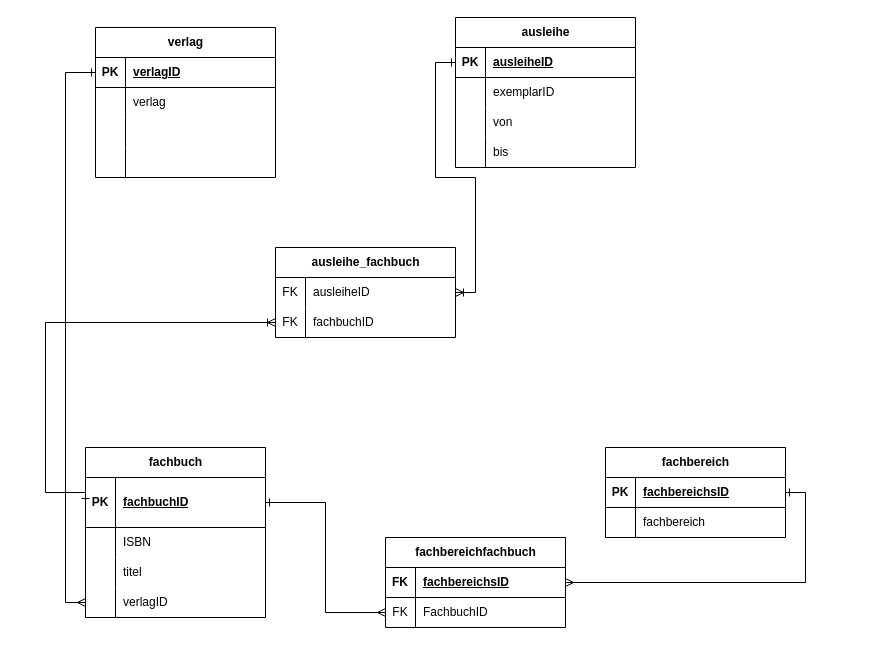
The draw.io diagram LE_07_01.drawio in MelanieZiegerEckhard/datenbank, before the edit. Source tidied: cells renumbered, new cells numbered last; positions are measured from the earlier drawing's top-left corner, leaving out a move shared by most shapes. Both pictures are drawn from the tidied source at 100%, with x=0, y=0 at pixel (45, 17).
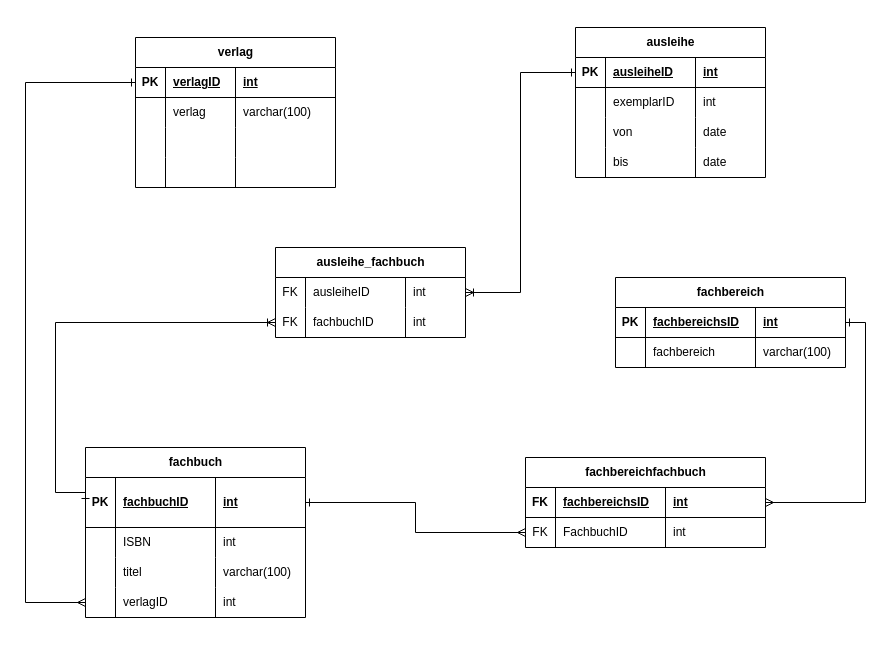
The same diagram, later.

Diff of the diagram source:
```diff
@@
     <mxCell id="2" value="fachbuch" style="shape=table;startSize=30;childLayout=tableLayout;rowLines=0;fontStyle=1;align=center;html=1;" parent="1" vertex="1">
-      <mxGeometry x="40" y="430" width="180" height="170" as="geometry" />
+      <mxGeometry x="40" y="430" width="220" height="170" as="geometry" />
     </mxCell>
     <mxCell id="3" style="shape=tableRow;horizontal=0;startSize=0;swimlaneHead=0;swimlaneBody=0;fillColor=none;points=[[0,0.5],[1,0.5]];portConstraint=eastwest;top=0;left=0;right=0;bottom=1;" parent="2" vertex="1">
-      <mxGeometry y="30" width="180" height="50" as="geometry" />
+      <mxGeometry y="30" width="220" height="50" as="geometry" />
     </mxCell>
@@
     <mxCell id="5" value="fachbuchID" style="shape=partialRectangle;fillColor=none;top=0;left=0;bottom=0;right=0;align=left;spacingLeft=6;fontStyle=5;overflow=hidden;whiteSpace=wrap;html=1;" parent="3" vertex="1">
-      <mxGeometry x="30" width="150" height="50" as="geometry" />
+      <mxGeometry x="30" width="100" height="50" as="geometry" />
     </mxCell>
+    <mxCell id="67" value="int" style="shape=partialRectangle;fillColor=none;top=0;left=0;bottom=0;right=0;align=left;spacingLeft=6;fontStyle=5;overflow=hidden;whiteSpace=wrap;html=1;" parent="3" vertex="1">
+      <mxGeometry x="130" width="90" height="50" as="geometry" />
+    </mxCell>
     <mxCell id="6" style="shape=tableRow;horizontal=0;startSize=0;swimlaneHead=0;swimlaneBody=0;fillColor=none;top=0;left=0;right=0;bottom=0;" parent="2" vertex="1">
-      <mxGeometry y="80" width="180" height="30" as="geometry" />
+      <mxGeometry y="80" width="220" height="30" as="geometry" />
     </mxCell>
@@
     <mxCell id="8" value="ISBN" style="shape=partialRectangle;fillColor=none;top=0;left=0;bottom=0;right=0;align=left;spacingLeft=6;overflow=hidden;whiteSpace=wrap;html=1;" parent="6" vertex="1">
-      <mxGeometry x="30" width="150" height="30" as="geometry" />
+      <mxGeometry x="30" width="100" height="30" as="geometry" />
     </mxCell>
+    <mxCell id="68" value="int" style="shape=partialRectangle;fillColor=none;top=0;left=0;bottom=0;right=0;align=left;spacingLeft=6;overflow=hidden;whiteSpace=wrap;html=1;" parent="6" vertex="1">
+      <mxGeometry x="130" width="90" height="30" as="geometry" />
+    </mxCell>
     <mxCell id="9" style="shape=tableRow;horizontal=0;startSize=0;swimlaneHead=0;swimlaneBody=0;fillColor=none;top=0;left=0;right=0;bottom=0;" parent="2" vertex="1">
-      <mxGeometry y="110" width="180" height="30" as="geometry" />
+      <mxGeometry y="110" width="220" height="30" as="geometry" />
     </mxCell>
@@
     <mxCell id="11" value="titel" style="shape=partialRectangle;fillColor=none;top=0;left=0;bottom=0;right=0;align=left;spacingLeft=6;overflow=hidden;whiteSpace=wrap;html=1;" parent="9" vertex="1">
-      <mxGeometry x="30" width="150" height="30" as="geometry" />
+      <mxGeometry x="30" width="100" height="30" as="geometry" />
     </mxCell>
+    <mxCell id="69" value="varchar(100)" style="shape=partialRectangle;fillColor=none;top=0;left=0;bottom=0;right=0;align=left;spacingLeft=6;overflow=hidden;whiteSpace=wrap;html=1;" parent="9" vertex="1">
+      <mxGeometry x="130" width="90" height="30" as="geometry" />
+    </mxCell>
     <mxCell id="12" style="shape=tableRow;horizontal=0;startSize=0;swimlaneHead=0;swimlaneBody=0;fillColor=none;points=[[0,0.5],[1,0.5]];portConstraint=eastwest;top=0;left=0;right=0;bottom=0;" parent="2" vertex="1">
-      <mxGeometry y="140" width="180" height="30" as="geometry" />
+      <mxGeometry y="140" width="220" height="30" as="geometry" />
     </mxCell>
@@
     <mxCell id="14" value="verlagID" style="shape=partialRectangle;fillColor=none;top=0;left=0;bottom=0;right=0;align=left;spacingLeft=6;overflow=hidden;whiteSpace=wrap;html=1;" parent="12" vertex="1">
-      <mxGeometry x="30" width="150" height="30" as="geometry" />
+      <mxGeometry x="30" width="100" height="30" as="geometry" />
     </mxCell>
+    <mxCell id="70" value="int" style="shape=partialRectangle;fillColor=none;top=0;left=0;bottom=0;right=0;align=left;spacingLeft=6;overflow=hidden;whiteSpace=wrap;html=1;" parent="12" vertex="1">
+      <mxGeometry x="130" width="90" height="30" as="geometry" />
+    </mxCell>
     <mxCell id="15" value="verlag" style="shape=table;startSize=30;childLayout=tableLayout;rowLines=0;fontStyle=1;align=center;html=1;" parent="1" vertex="1">
-      <mxGeometry x="50" y="10" width="180" height="150" as="geometry" />
+      <mxGeometry x="90" y="20" width="200" height="150" as="geometry" />
     </mxCell>
     <mxCell id="16" style="shape=tableRow;horizontal=0;startSize=0;swimlaneHead=0;swimlaneBody=0;fillColor=none;points=[[0,0.5],[1,0.5]];portConstraint=eastwest;top=0;left=0;right=0;bottom=1;" parent="15" vertex="1">
-      <mxGeometry y="30" width="180" height="30" as="geometry" />
+      <mxGeometry y="30" width="200" height="30" as="geometry" />
     </mxCell>
@@
     <mxCell id="18" value="verlagID" style="shape=partialRectangle;fillColor=none;top=0;left=0;bottom=0;right=0;align=left;spacingLeft=6;fontStyle=5;overflow=hidden;whiteSpace=wrap;html=1;" parent="16" vertex="1">
-      <mxGeometry x="30" width="150" height="30" as="geometry" />
+      <mxGeometry x="30" width="70" height="30" as="geometry" />
     </mxCell>
+    <mxCell id="71" value="int" style="shape=partialRectangle;fillColor=none;top=0;left=0;bottom=0;right=0;align=left;spacingLeft=6;fontStyle=5;overflow=hidden;whiteSpace=wrap;html=1;" parent="16" vertex="1">
+      <mxGeometry x="100" width="100" height="30" as="geometry" />
+    </mxCell>
     <mxCell id="19" style="shape=tableRow;horizontal=0;startSize=0;swimlaneHead=0;swimlaneBody=0;fillColor=none;top=0;left=0;right=0;bottom=0;" parent="15" vertex="1">
-      <mxGeometry y="60" width="180" height="30" as="geometry" />
+      <mxGeometry y="60" width="200" height="30" as="geometry" />
     </mxCell>
@@
     <mxCell id="21" value="verlag" style="shape=partialRectangle;fillColor=none;top=0;left=0;bottom=0;right=0;align=left;spacingLeft=6;overflow=hidden;whiteSpace=wrap;html=1;" parent="19" vertex="1">
-      <mxGeometry x="30" width="150" height="30" as="geometry" />
+      <mxGeometry x="30" width="70" height="30" as="geometry" />
     </mxCell>
+    <mxCell id="72" value="varchar(100)" style="shape=partialRectangle;fillColor=none;top=0;left=0;bottom=0;right=0;align=left;spacingLeft=6;overflow=hidden;whiteSpace=wrap;html=1;" parent="19" vertex="1">
+      <mxGeometry x="100" width="100" height="30" as="geometry" />
+    </mxCell>
     <mxCell id="22" style="shape=tableRow;horizontal=0;startSize=0;swimlaneHead=0;swimlaneBody=0;fillColor=none;top=0;left=0;right=0;bottom=0;" parent="15" vertex="1">
-      <mxGeometry y="90" width="180" height="30" as="geometry" />
+      <mxGeometry y="90" width="200" height="30" as="geometry" />
     </mxCell>
@@
     <mxCell id="24" style="shape=partialRectangle;fillColor=none;top=0;left=0;bottom=0;right=0;align=left;spacingLeft=6;overflow=hidden;whiteSpace=wrap;html=1;" parent="22" vertex="1">
-      <mxGeometry x="30" width="150" height="30" as="geometry" />
+      <mxGeometry x="30" width="70" height="30" as="geometry" />
     </mxCell>
+    <mxCell id="73" style="shape=partialRectangle;fillColor=none;top=0;left=0;bottom=0;right=0;align=left;spacingLeft=6;overflow=hidden;whiteSpace=wrap;html=1;" parent="22" vertex="1">
+      <mxGeometry x="100" width="100" height="30" as="geometry" />
+    </mxCell>
     <mxCell id="25" style="shape=tableRow;horizontal=0;startSize=0;swimlaneHead=0;swimlaneBody=0;fillColor=none;top=0;left=0;right=0;bottom=0;" parent="15" vertex="1">
-      <mxGeometry y="120" width="180" height="30" as="geometry" />
+      <mxGeometry y="120" width="200" height="30" as="geometry" />
     </mxCell>
@@
     <mxCell id="27" style="shape=partialRectangle;fillColor=none;top=0;left=0;bottom=0;right=0;align=left;spacingLeft=6;overflow=hidden;whiteSpace=wrap;html=1;" parent="25" vertex="1">
-      <mxGeometry x="30" width="150" height="30" as="geometry" />
+      <mxGeometry x="30" width="70" height="30" as="geometry" />
     </mxCell>
+    <mxCell id="74" style="shape=partialRectangle;fillColor=none;top=0;left=0;bottom=0;right=0;align=left;spacingLeft=6;overflow=hidden;whiteSpace=wrap;html=1;" parent="25" vertex="1">
+      <mxGeometry x="100" width="100" height="30" as="geometry" />
+    </mxCell>
     <mxCell id="28" value="fachbereichfachbuch" style="shape=table;startSize=30;childLayout=tableLayout;rowLines=0;fontStyle=1;align=center;html=1;" parent="1" vertex="1">
-      <mxGeometry x="340" y="520" width="180" height="90" as="geometry" />
+      <mxGeometry x="480" y="440" width="240" height="90" as="geometry" />
     </mxCell>
     <mxCell id="29" style="shape=tableRow;horizontal=0;startSize=0;swimlaneHead=0;swimlaneBody=0;fillColor=none;points=[[0,0.5],[1,0.5]];portConstraint=eastwest;top=0;left=0;right=0;bottom=1;" parent="28" vertex="1">
-      <mxGeometry y="30" width="180" height="30" as="geometry" />
+      <mxGeometry y="30" width="240" height="30" as="geometry" />
     </mxCell>
@@
     <mxCell id="31" value="fachbereichsID" style="shape=partialRectangle;fillColor=none;top=0;left=0;bottom=0;right=0;align=left;spacingLeft=6;fontStyle=5;overflow=hidden;whiteSpace=wrap;html=1;" parent="29" vertex="1">
-      <mxGeometry x="30" width="150" height="30" as="geometry" />
+      <mxGeometry x="30" width="110" height="30" as="geometry" />
     </mxCell>
+    <mxCell id="75" value="int" style="shape=partialRectangle;fillColor=none;top=0;left=0;bottom=0;right=0;align=left;spacingLeft=6;fontStyle=5;overflow=hidden;whiteSpace=wrap;html=1;" parent="29" vertex="1">
+      <mxGeometry x="140" width="100" height="30" as="geometry" />
+    </mxCell>
     <mxCell id="32" style="shape=tableRow;horizontal=0;startSize=0;swimlaneHead=0;swimlaneBody=0;fillColor=none;points=[[0,0.5],[1,0.5]];portConstraint=eastwest;top=0;left=0;right=0;bottom=0;" parent="28" vertex="1">
-      <mxGeometry y="60" width="180" height="30" as="geometry" />
+      <mxGeometry y="60" width="240" height="30" as="geometry" />
     </mxCell>
@@
     <mxCell id="34" value="FachbuchID" style="shape=partialRectangle;fillColor=none;top=0;left=0;bottom=0;right=0;align=left;spacingLeft=6;overflow=hidden;whiteSpace=wrap;html=1;" parent="32" vertex="1">
-      <mxGeometry x="30" width="150" height="30" as="geometry" />
+      <mxGeometry x="30" width="110" height="30" as="geometry" />
     </mxCell>
+    <mxCell id="76" value="int" style="shape=partialRectangle;fillColor=none;top=0;left=0;bottom=0;right=0;align=left;spacingLeft=6;overflow=hidden;whiteSpace=wrap;html=1;" parent="32" vertex="1">
+      <mxGeometry x="140" width="100" height="30" as="geometry" />
+    </mxCell>
     <mxCell id="35" value="fachbereich" style="shape=table;startSize=30;childLayout=tableLayout;rowLines=0;fontStyle=1;align=center;html=1;" parent="1" vertex="1">
-      <mxGeometry x="560" y="430" width="180" height="90" as="geometry" />
+      <mxGeometry x="570" y="260" width="230" height="90" as="geometry" />
     </mxCell>
     <mxCell id="36" style="shape=tableRow;horizontal=0;startSize=0;swimlaneHead=0;swimlaneBody=0;fillColor=none;points=[[0,0.5],[1,0.5]];portConstraint=eastwest;top=0;left=0;right=0;bottom=1;" parent="35" vertex="1">
-      <mxGeometry y="30" width="180" height="30" as="geometry" />
+      <mxGeometry y="30" width="230" height="30" as="geometry" />
     </mxCell>
@@
     <mxCell id="38" value="fachbereichsID" style="shape=partialRectangle;fillColor=none;top=0;left=0;bottom=0;right=0;align=left;spacingLeft=6;fontStyle=5;overflow=hidden;whiteSpace=wrap;html=1;" parent="36" vertex="1">
-      <mxGeometry x="30" width="150" height="30" as="geometry" />
+      <mxGeometry x="30" width="110" height="30" as="geometry" />
     </mxCell>
+    <mxCell id="77" value="int" style="shape=partialRectangle;fillColor=none;top=0;left=0;bottom=0;right=0;align=left;spacingLeft=6;fontStyle=5;overflow=hidden;whiteSpace=wrap;html=1;" parent="36" vertex="1">
+      <mxGeometry x="140" width="90" height="30" as="geometry" />
+    </mxCell>
     <mxCell id="39" style="shape=tableRow;horizontal=0;startSize=0;swimlaneHead=0;swimlaneBody=0;fillColor=none;top=0;left=0;right=0;bottom=0;" parent="35" vertex="1">
-      <mxGeometry y="60" width="180" height="30" as="geometry" />
+      <mxGeometry y="60" width="230" height="30" as="geometry" />
     </mxCell>
@@
     <mxCell id="41" value="fachbereich" style="shape=partialRectangle;fillColor=none;top=0;left=0;bottom=0;right=0;align=left;spacingLeft=6;overflow=hidden;whiteSpace=wrap;html=1;" parent="39" vertex="1">
-      <mxGeometry x="30" width="150" height="30" as="geometry" />
+      <mxGeometry x="30" width="110" height="30" as="geometry" />
     </mxCell>
+    <mxCell id="78" value="varchar(100)" style="shape=partialRectangle;fillColor=none;top=0;left=0;bottom=0;right=0;align=left;spacingLeft=6;overflow=hidden;whiteSpace=wrap;html=1;" parent="39" vertex="1">
+      <mxGeometry x="140" width="90" height="30" as="geometry" />
+    </mxCell>
     <mxCell id="42" style="edgeStyle=orthogonalEdgeStyle;rounded=0;jettySize=auto;html=1;exitX=0;exitY=0.5;exitDx=0;exitDy=0;entryX=0;entryY=0.5;entryDx=0;entryDy=0;endArrow=ERone;endFill=0;startArrow=ERmany;startFill=0;" parent="1" edge="1" source="12" target="16">
-      <mxGeometry relative="1" as="geometry" />
+      <mxGeometry relative="1" as="geometry">
+        <Array as="points">
+          <mxPoint x="-20" y="585" />
+          <mxPoint x="-20" y="65" />
+        </Array>
+      </mxGeometry>
     </mxCell>
@@
     <mxCell id="44" value="ausleihe" style="shape=table;startSize=30;childLayout=tableLayout;rowLines=0;fontStyle=1;align=center;html=1;" parent="1" vertex="1">
-      <mxGeometry x="410" width="180" height="150" as="geometry" />
+      <mxGeometry x="530" y="10" width="190" height="150" as="geometry" />
     </mxCell>
     <mxCell id="45" style="shape=tableRow;horizontal=0;startSize=0;swimlaneHead=0;swimlaneBody=0;fillColor=none;points=[[0,0.5],[1,0.5]];portConstraint=eastwest;top=0;left=0;right=0;bottom=1;" parent="44" vertex="1">
-      <mxGeometry y="30" width="180" height="30" as="geometry" />
+      <mxGeometry y="30" width="190" height="30" as="geometry" />
     </mxCell>
@@
     <mxCell id="47" value="ausleiheID" style="shape=partialRectangle;fillColor=none;top=0;left=0;bottom=0;right=0;align=left;spacingLeft=6;fontStyle=5;overflow=hidden;whiteSpace=wrap;html=1;" parent="45" vertex="1">
-      <mxGeometry x="30" width="150" height="30" as="geometry" />
+      <mxGeometry x="30" width="90" height="30" as="geometry" />
     </mxCell>
+    <mxCell id="79" value="int" style="shape=partialRectangle;fillColor=none;top=0;left=0;bottom=0;right=0;align=left;spacingLeft=6;fontStyle=5;overflow=hidden;whiteSpace=wrap;html=1;" parent="45" vertex="1">
+      <mxGeometry x="120" width="70" height="30" as="geometry" />
+    </mxCell>
     <mxCell id="48" style="shape=tableRow;horizontal=0;startSize=0;swimlaneHead=0;swimlaneBody=0;fillColor=none;top=0;left=0;right=0;bottom=0;" parent="44" vertex="1">
-      <mxGeometry y="60" width="180" height="30" as="geometry" />
+      <mxGeometry y="60" width="190" height="30" as="geometry" />
     </mxCell>
@@
     <mxCell id="50" value="exemplarID" style="shape=partialRectangle;fillColor=none;top=0;left=0;bottom=0;right=0;align=left;spacingLeft=6;overflow=hidden;whiteSpace=wrap;html=1;" parent="48" vertex="1">
-      <mxGeometry x="30" width="150" height="30" as="geometry" />
+      <mxGeometry x="30" width="90" height="30" as="geometry" />
     </mxCell>
+    <mxCell id="80" value="int" style="shape=partialRectangle;fillColor=none;top=0;left=0;bottom=0;right=0;align=left;spacingLeft=6;overflow=hidden;whiteSpace=wrap;html=1;" parent="48" vertex="1">
+      <mxGeometry x="120" width="70" height="30" as="geometry" />
+    </mxCell>
     <mxCell id="51" style="shape=tableRow;horizontal=0;startSize=0;swimlaneHead=0;swimlaneBody=0;fillColor=none;top=0;left=0;right=0;bottom=0;" parent="44" vertex="1">
-      <mxGeometry y="90" width="180" height="30" as="geometry" />
+      <mxGeometry y="90" width="190" height="30" as="geometry" />
     </mxCell>
@@
     <mxCell id="53" value="von" style="shape=partialRectangle;fillColor=none;top=0;left=0;bottom=0;right=0;align=left;spacingLeft=6;overflow=hidden;whiteSpace=wrap;html=1;" parent="51" vertex="1">
-      <mxGeometry x="30" width="150" height="30" as="geometry" />
+      <mxGeometry x="30" width="90" height="30" as="geometry" />
     </mxCell>
+    <mxCell id="81" value="date" style="shape=partialRectangle;fillColor=none;top=0;left=0;bottom=0;right=0;align=left;spacingLeft=6;overflow=hidden;whiteSpace=wrap;html=1;" parent="51" vertex="1">
+      <mxGeometry x="120" width="70" height="30" as="geometry" />
+    </mxCell>
     <mxCell id="54" style="shape=tableRow;horizontal=0;startSize=0;swimlaneHead=0;swimlaneBody=0;fillColor=none;top=0;left=0;right=0;bottom=0;" parent="44" vertex="1">
-      <mxGeometry y="120" width="180" height="30" as="geometry" />
+      <mxGeometry y="120" width="190" height="30" as="geometry" />
     </mxCell>
@@
     <mxCell id="56" value="bis" style="shape=partialRectangle;fillColor=none;top=0;left=0;bottom=0;right=0;align=left;spacingLeft=6;overflow=hidden;whiteSpace=wrap;html=1;" parent="54" vertex="1">
-      <mxGeometry x="30" width="150" height="30" as="geometry" />
+      <mxGeometry x="30" width="90" height="30" as="geometry" />
     </mxCell>
+    <mxCell id="82" value="date" style="shape=partialRectangle;fillColor=none;top=0;left=0;bottom=0;right=0;align=left;spacingLeft=6;overflow=hidden;whiteSpace=wrap;html=1;" parent="54" vertex="1">
+      <mxGeometry x="120" width="70" height="30" as="geometry" />
+    </mxCell>
@@
     <mxCell id="58" value="ausleihe_fachbuch" style="shape=table;startSize=30;childLayout=tableLayout;rowLines=0;fontStyle=1;align=center;html=1;" parent="1" vertex="1">
-      <mxGeometry x="230" y="230" width="180" height="90" as="geometry" />
+      <mxGeometry x="230" y="230" width="190" height="90" as="geometry" />
     </mxCell>
     <mxCell id="59" style="shape=tableRow;horizontal=0;startSize=0;swimlaneHead=0;swimlaneBody=0;fillColor=none;points=[[0,0.5],[1,0.5]];portConstraint=eastwest;top=0;left=0;right=0;bottom=0;" parent="58" vertex="1">
-      <mxGeometry y="30" width="180" height="30" as="geometry" />
+      <mxGeometry y="30" width="190" height="30" as="geometry" />
     </mxCell>
@@
     <mxCell id="61" value="ausleiheID" style="shape=partialRectangle;fillColor=none;top=0;left=0;bottom=0;right=0;align=left;spacingLeft=6;overflow=hidden;whiteSpace=wrap;html=1;" parent="59" vertex="1">
-      <mxGeometry x="30" width="150" height="30" as="geometry" />
+      <mxGeometry x="30" width="100" height="30" as="geometry" />
     </mxCell>
+    <mxCell id="83" value="int" style="shape=partialRectangle;fillColor=none;top=0;left=0;bottom=0;right=0;align=left;spacingLeft=6;overflow=hidden;whiteSpace=wrap;html=1;" parent="59" vertex="1">
+      <mxGeometry x="130" width="60" height="30" as="geometry" />
+    </mxCell>
     <mxCell id="62" style="shape=tableRow;horizontal=0;startSize=0;swimlaneHead=0;swimlaneBody=0;fillColor=none;points=[[0,0.5],[1,0.5]];portConstraint=eastwest;top=0;left=0;right=0;bottom=0;" parent="58" vertex="1">
-      <mxGeometry y="60" width="180" height="30" as="geometry" />
+      <mxGeometry y="60" width="190" height="30" as="geometry" />
     </mxCell>
@@
     <mxCell id="64" value="fachbuchID" style="shape=partialRectangle;fillColor=none;top=0;left=0;bottom=0;right=0;align=left;spacingLeft=6;overflow=hidden;whiteSpace=wrap;html=1;" parent="62" vertex="1">
-      <mxGeometry x="30" width="150" height="30" as="geometry" />
+      <mxGeometry x="30" width="100" height="30" as="geometry" />
     </mxCell>
+    <mxCell id="84" value="int" style="shape=partialRectangle;fillColor=none;top=0;left=0;bottom=0;right=0;align=left;spacingLeft=6;overflow=hidden;whiteSpace=wrap;html=1;" parent="62" vertex="1">
+      <mxGeometry x="130" width="60" height="30" as="geometry" />
+    </mxCell>
@@
     <mxCell id="66" style="edgeStyle=orthogonalEdgeStyle;rounded=0;jettySize=auto;html=1;exitX=0;exitY=0.5;exitDx=0;exitDy=0;entryX=0;entryY=0.5;entryDx=0;entryDy=0;endArrow=ERone;endFill=0;startArrow=ERoneToMany;startFill=0;" parent="1" edge="1" source="62" target="3">
       <mxGeometry relative="1" as="geometry">
         <Array as="points">
-          <mxPoint y="305" />
-          <mxPoint y="475" />
+          <mxPoint x="10" y="305" />
+          <mxPoint x="10" y="475" />
+          <mxPoint x="40" y="475" />
         </Array>
       </mxGeometry>
     </mxCell>
```
